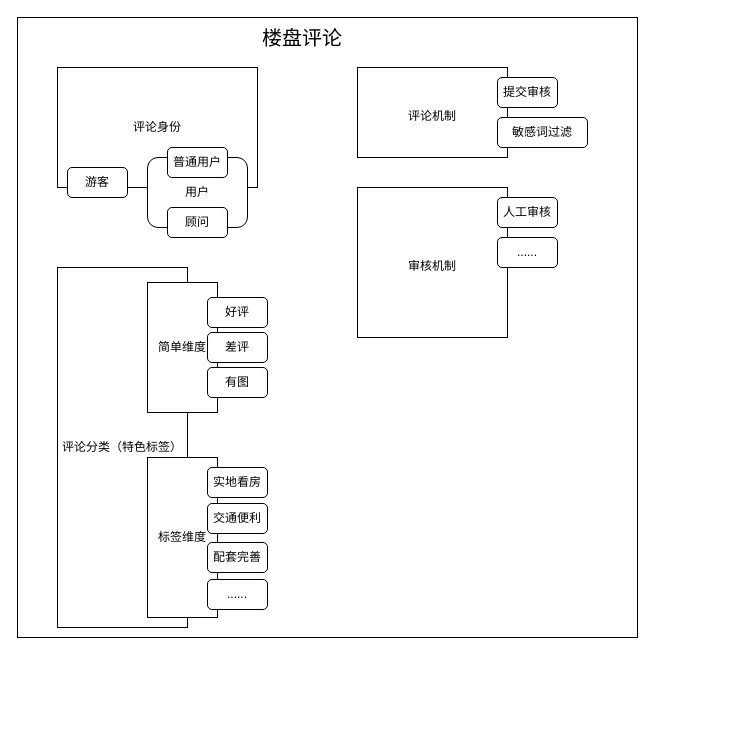
This is page "楼盘评论" (1 of 2) of 楼盘评论.drawio from quweiyuan/draw.io, a draw.io file, before an edit. Source tidied: cells renumbered, new cells numbered last; positions are measured from the earlier drawing's top-left corner, leaving out a move shared by most shapes. Both pictures are drawn from the tidied source at 100%, with x=0, y=0 at pixel (17, 17).
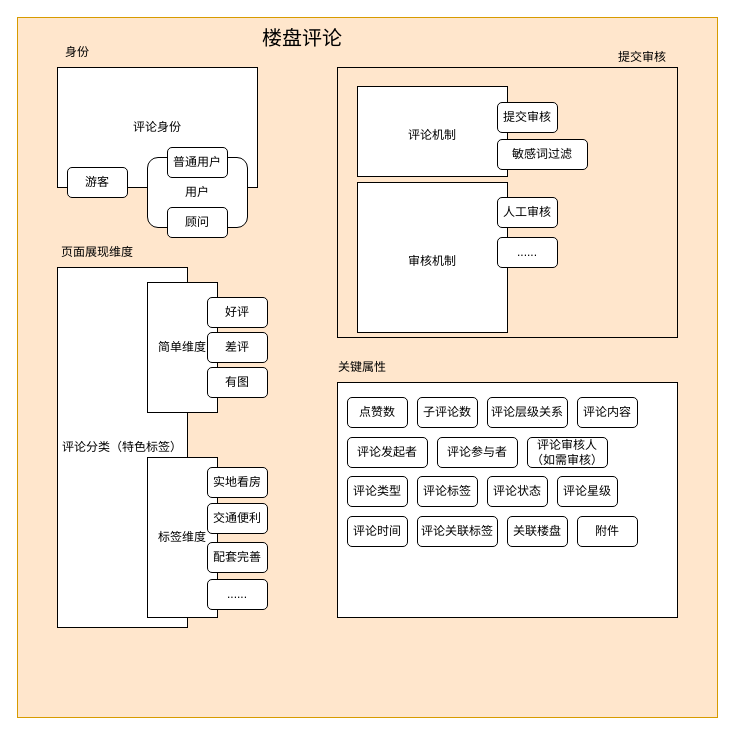
After the change.

Commit message:
更新楼盘评论.drawio

Diff of the diagram source:
```diff
@@
-    <mxCell id="2" style="whiteSpace=wrap;html=1;" parent="1" vertex="1">
-      <mxGeometry width="620" height="620" as="geometry" />
+    <mxCell id="2" style="whiteSpace=wrap;html=1;fillColor=#ffe6cc;strokeColor=#d79b00;" parent="1" vertex="1">
+      <mxGeometry width="700" height="700" as="geometry" />
     </mxCell>
@@
     <mxCell id="19" value="&lt;font style=&quot;font-size: 12px&quot;&gt;评论机制&lt;/font&gt;" style="rounded=0;whiteSpace=wrap;html=1;fontSize=20;fillColor=#ffffff;gradientColor=none;" parent="1" vertex="1">
-      <mxGeometry x="340" y="50" width="150" height="90" as="geometry" />
+      <mxGeometry x="340" y="69" width="150" height="90" as="geometry" />
     </mxCell>
     <mxCell id="20" value="提交审核" style="rounded=1;whiteSpace=wrap;html=1;" parent="1" vertex="1">
-      <mxGeometry x="480" y="60" width="60" height="30" as="geometry" />
+      <mxGeometry x="480" y="85" width="60" height="30" as="geometry" />
     </mxCell>
     <mxCell id="21" value="敏感词过滤" style="rounded=1;whiteSpace=wrap;html=1;" parent="1" vertex="1">
-      <mxGeometry x="480" y="100" width="90" height="30" as="geometry" />
+      <mxGeometry x="480" y="122" width="90" height="30" as="geometry" />
     </mxCell>
     <mxCell id="22" value="&lt;font style=&quot;font-size: 12px&quot;&gt;审核机制&lt;/font&gt;" style="whiteSpace=wrap;html=1;fontSize=20;fillColor=#ffffff;gradientColor=none;" parent="1" vertex="1">
-      <mxGeometry x="340" y="170" width="150" height="150" as="geometry" />
+      <mxGeometry x="340" y="165" width="150" height="150" as="geometry" />
     </mxCell>
@@
+    <mxCell id="25" style="rounded=0;whiteSpace=wrap;html=1;" parent="1" vertex="1">
+      <mxGeometry x="320" y="365" width="340" height="235" as="geometry" />
+    </mxCell>
+    <mxCell id="26" value="关键属性" style="text;html=1;strokeColor=none;fillColor=none;align=center;verticalAlign=middle;whiteSpace=wrap;rounded=0;" parent="1" vertex="1">
+      <mxGeometry x="320" y="340" width="50" height="20" as="geometry" />
+    </mxCell>
+    <mxCell id="27" value="点赞数" style="rounded=1;whiteSpace=wrap;html=1;" parent="1" vertex="1">
+      <mxGeometry x="330" y="380" width="60" height="30" as="geometry" />
+    </mxCell>
+    <mxCell id="28" value="子评论数" style="rounded=1;whiteSpace=wrap;html=1;" parent="1" vertex="1">
+      <mxGeometry x="400" y="380" width="60" height="30" as="geometry" />
+    </mxCell>
+    <mxCell id="29" value="评论层级关系" style="rounded=1;whiteSpace=wrap;html=1;" parent="1" vertex="1">
+      <mxGeometry x="470" y="380" width="80" height="30" as="geometry" />
+    </mxCell>
+    <mxCell id="30" value="评论关联标签" style="rounded=1;whiteSpace=wrap;html=1;" parent="1" vertex="1">
+      <mxGeometry x="400" y="499" width="80" height="30" as="geometry" />
+    </mxCell>
+    <mxCell id="31" value="评论发起者" style="rounded=1;whiteSpace=wrap;html=1;" parent="1" vertex="1">
+      <mxGeometry x="330" y="420" width="80" height="30" as="geometry" />
+    </mxCell>
+    <mxCell id="32" value="评论参与者" style="rounded=1;whiteSpace=wrap;html=1;" parent="1" vertex="1">
+      <mxGeometry x="420" y="420" width="80" height="30" as="geometry" />
+    </mxCell>
+    <mxCell id="33" value="评论审核人（如需审核）" style="rounded=1;whiteSpace=wrap;html=1;" parent="1" vertex="1">
+      <mxGeometry x="510" y="420" width="80" height="30" as="geometry" />
+    </mxCell>
+    <mxCell id="34" value="评论类型" style="rounded=1;whiteSpace=wrap;html=1;" parent="1" vertex="1">
+      <mxGeometry x="330" y="459" width="60" height="30" as="geometry" />
+    </mxCell>
+    <mxCell id="35" value="页面展现维度" style="text;html=1;strokeColor=none;fillColor=none;align=center;verticalAlign=middle;whiteSpace=wrap;rounded=0;" parent="1" vertex="1">
+      <mxGeometry x="40" y="225" width="80" height="20" as="geometry" />
+    </mxCell>
+    <mxCell id="36" value="身份" style="text;html=1;strokeColor=none;fillColor=none;align=center;verticalAlign=middle;whiteSpace=wrap;rounded=0;" parent="1" vertex="1">
+      <mxGeometry x="40" y="25" width="40" height="20" as="geometry" />
+    </mxCell>
+    <mxCell id="37" style="rounded=0;whiteSpace=wrap;html=1;fillColor=none;" parent="1" vertex="1">
+      <mxGeometry x="320" y="50" width="340" height="270" as="geometry" />
+    </mxCell>
+    <mxCell id="38" value="提交审核" style="text;html=1;strokeColor=none;fillColor=none;align=center;verticalAlign=middle;whiteSpace=wrap;rounded=0;" parent="1" vertex="1">
+      <mxGeometry x="600" y="30" width="50" height="20" as="geometry" />
+    </mxCell>
+    <mxCell id="39" value="评论内容" style="rounded=1;whiteSpace=wrap;html=1;" parent="1" vertex="1">
+      <mxGeometry x="560" y="380" width="60" height="30" as="geometry" />
+    </mxCell>
+    <mxCell id="40" value="评论状态" style="rounded=1;whiteSpace=wrap;html=1;" parent="1" vertex="1">
+      <mxGeometry x="470" y="459" width="60" height="30" as="geometry" />
+    </mxCell>
+    <mxCell id="41" value="评论星级" style="rounded=1;whiteSpace=wrap;html=1;" parent="1" vertex="1">
+      <mxGeometry x="540" y="459" width="60" height="30" as="geometry" />
+    </mxCell>
+    <mxCell id="42" value="评论时间" style="rounded=1;whiteSpace=wrap;html=1;" parent="1" vertex="1">
+      <mxGeometry x="330" y="499" width="60" height="30" as="geometry" />
+    </mxCell>
+    <mxCell id="43" value="评论标签" style="rounded=1;whiteSpace=wrap;html=1;" parent="1" vertex="1">
+      <mxGeometry x="400" y="459" width="60" height="30" as="geometry" />
+    </mxCell>
+    <mxCell id="44" value="关联楼盘" style="rounded=1;whiteSpace=wrap;html=1;" parent="1" vertex="1">
+      <mxGeometry x="490" y="499" width="60" height="30" as="geometry" />
+    </mxCell>
+    <mxCell id="45" value="附件" style="rounded=1;whiteSpace=wrap;html=1;" parent="1" vertex="1">
+      <mxGeometry x="560" y="499" width="60" height="30" as="geometry" />
+    </mxCell>
```
